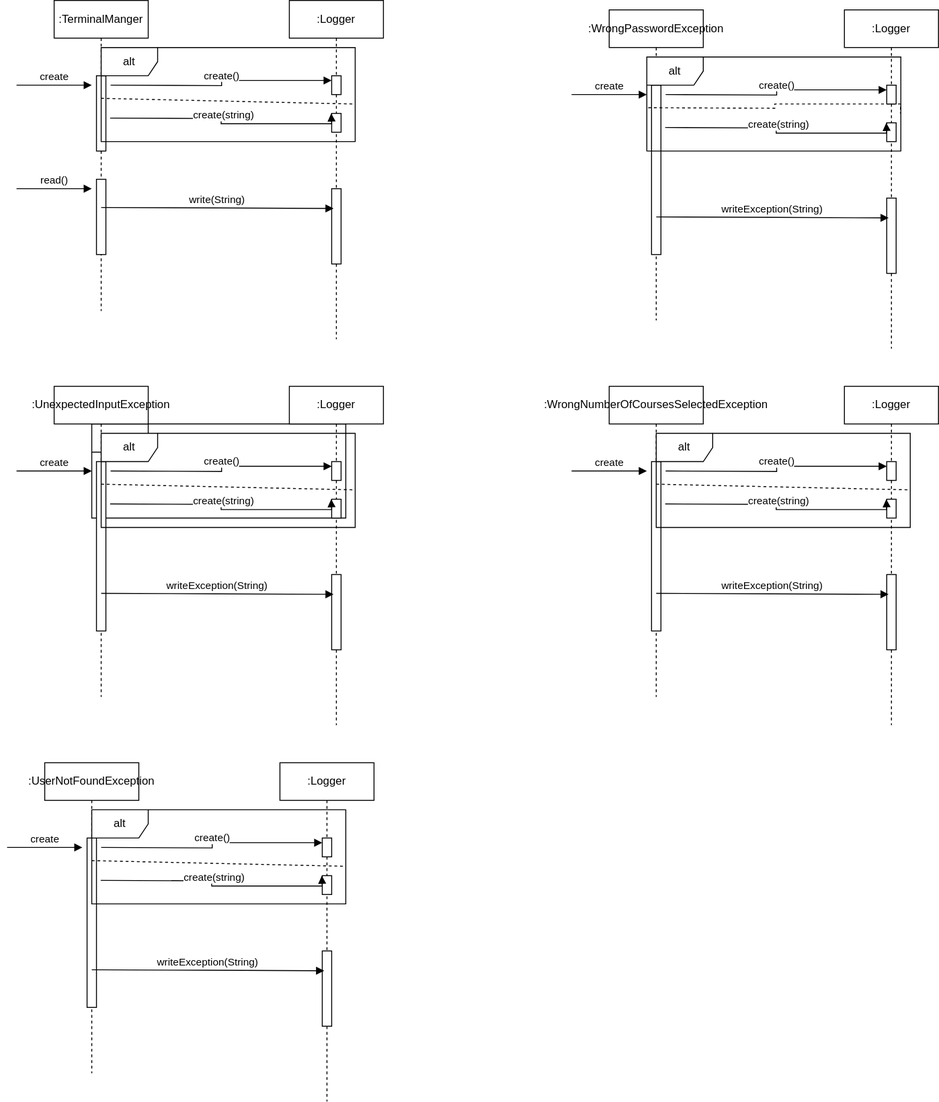
Above: Iteration2/documentation/software_design/DSD_Logger.svg in Atlioglu/CSE3063GRP12 (draw.io), before the change. Source tidied: cells renumbered, new cells last; positions are measured from the earlier drawing's top-left corner, leaving out a move shared by most shapes.
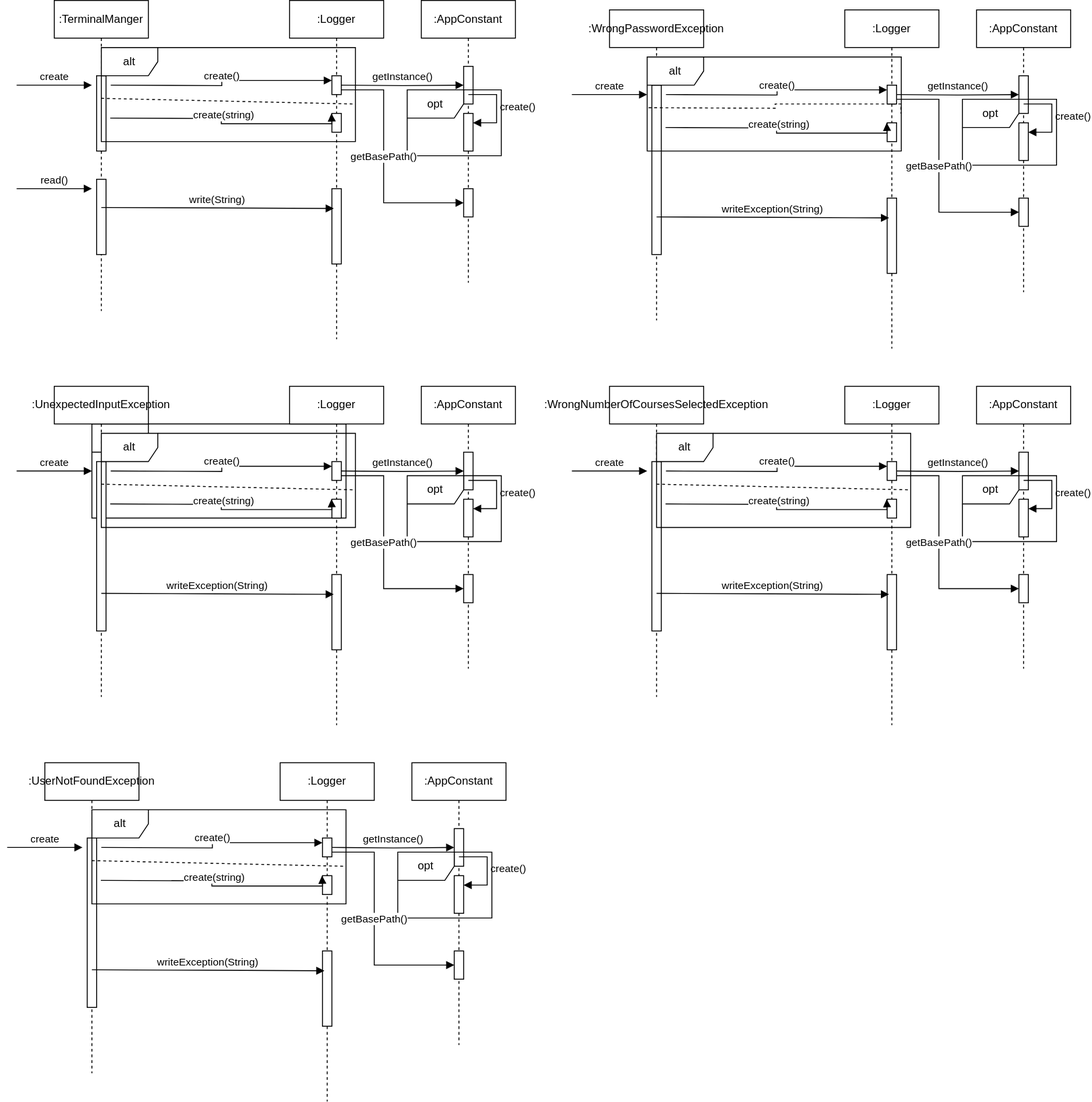
After the change.

Commit message:
Logger and related documents updated

Diff of the diagram source:
```diff
@@ -247,5 +247,189 @@
         <mxPoint x="949.5" y="120" as="targetPoint" />
       </mxGeometry>
     </mxCell>
+    <mxCell id="65" value=":AppConstant" style="shape=umlLifeline;perimeter=lifelinePerimeter;whiteSpace=wrap;html=1;newEdgeStyle={&quot;curved&quot;:0,&quot;rounded&quot;:0};" parent="1" vertex="1">
+      <mxGeometry x="440" width="100" height="300" as="geometry" />
+    </mxCell>
+    <mxCell id="66" style="html=1;points=[[0,0,0,0,5],[0,1,0,0,-5],[1,0,0,0,5],[1,1,0,0,-5]];perimeter=orthogonalPerimeter;outlineConnect=0;targetShapes=umlLifeline;portConstraint=eastwest;newEdgeStyle={&quot;curved&quot;:0,&quot;rounded&quot;:0};" parent="65" vertex="1">
+      <mxGeometry x="45" y="70" width="10" height="40" as="geometry" />
+    </mxCell>
+    <mxCell id="67" style="html=1;points=[[0,0,0,0,5],[0,1,0,0,-5],[1,0,0,0,5],[1,1,0,0,-5]];perimeter=orthogonalPerimeter;outlineConnect=0;targetShapes=umlLifeline;portConstraint=eastwest;newEdgeStyle={&quot;curved&quot;:0,&quot;rounded&quot;:0};" parent="65" vertex="1">
+      <mxGeometry x="45" y="120" width="10" height="40" as="geometry" />
+    </mxCell>
+    <mxCell id="68" value="create()" style="html=1;align=left;spacingLeft=2;endArrow=block;rounded=0;edgeStyle=orthogonalEdgeStyle;curved=0;rounded=0;" parent="65" edge="1" target="67">
+      <mxGeometry relative="1" as="geometry">
+        <mxPoint x="50" y="100" as="sourcePoint" />
+        <Array as="points">
+          <mxPoint x="80" y="130" />
+        </Array>
+      </mxGeometry>
+    </mxCell>
+    <mxCell id="69" style="html=1;points=[[0,0,0,0,5],[0,1,0,0,-5],[1,0,0,0,5],[1,1,0,0,-5]];perimeter=orthogonalPerimeter;outlineConnect=0;targetShapes=umlLifeline;portConstraint=eastwest;newEdgeStyle={&quot;curved&quot;:0,&quot;rounded&quot;:0};" parent="65" vertex="1">
+      <mxGeometry x="45" y="200" width="10" height="30" as="geometry" />
+    </mxCell>
+    <mxCell id="70" value="getInstance()" style="html=1;verticalAlign=bottom;endArrow=block;curved=0;rounded=0;edgeStyle=orthogonalEdgeStyle;" parent="1" edge="1" target="66">
+      <mxGeometry relative="1" as="geometry">
+        <mxPoint x="355" y="90" as="sourcePoint" />
+      </mxGeometry>
+    </mxCell>
+    <mxCell id="71" value="opt" style="shape=umlFrame;whiteSpace=wrap;html=1;" parent="1" vertex="1">
+      <mxGeometry x="425" y="95" width="100" height="70" as="geometry" />
+    </mxCell>
+    <mxCell id="72" value="getBasePath()" style="html=1;verticalAlign=bottom;endArrow=block;curved=0;rounded=0;edgeStyle=orthogonalEdgeStyle;exitX=1;exitY=1;exitDx=0;exitDy=-5;exitPerimeter=0;" parent="1" edge="1" source="3" target="69">
+      <mxGeometry relative="1" as="geometry">
+        <Array as="points">
+          <mxPoint x="400" y="95" />
+          <mxPoint x="400" y="215" />
+        </Array>
+      </mxGeometry>
+    </mxCell>
+    <mxCell id="73" value=":AppConstant" style="shape=umlLifeline;perimeter=lifelinePerimeter;whiteSpace=wrap;html=1;newEdgeStyle={&quot;curved&quot;:0,&quot;rounded&quot;:0};" parent="1" vertex="1">
+      <mxGeometry x="1030" y="10" width="100" height="300" as="geometry" />
+    </mxCell>
+    <mxCell id="74" style="html=1;points=[[0,0,0,0,5],[0,1,0,0,-5],[1,0,0,0,5],[1,1,0,0,-5]];perimeter=orthogonalPerimeter;outlineConnect=0;targetShapes=umlLifeline;portConstraint=eastwest;newEdgeStyle={&quot;curved&quot;:0,&quot;rounded&quot;:0};" parent="73" vertex="1">
+      <mxGeometry x="45" y="70" width="10" height="40" as="geometry" />
+    </mxCell>
+    <mxCell id="75" style="html=1;points=[[0,0,0,0,5],[0,1,0,0,-5],[1,0,0,0,5],[1,1,0,0,-5]];perimeter=orthogonalPerimeter;outlineConnect=0;targetShapes=umlLifeline;portConstraint=eastwest;newEdgeStyle={&quot;curved&quot;:0,&quot;rounded&quot;:0};" parent="73" vertex="1">
+      <mxGeometry x="45" y="120" width="10" height="40" as="geometry" />
+    </mxCell>
+    <mxCell id="76" value="create()" style="html=1;align=left;spacingLeft=2;endArrow=block;rounded=0;edgeStyle=orthogonalEdgeStyle;curved=0;rounded=0;" parent="73" edge="1" target="75">
+      <mxGeometry relative="1" as="geometry">
+        <mxPoint x="50" y="100" as="sourcePoint" />
+        <Array as="points">
+          <mxPoint x="80" y="130" />
+        </Array>
+      </mxGeometry>
+    </mxCell>
+    <mxCell id="77" style="html=1;points=[[0,0,0,0,5],[0,1,0,0,-5],[1,0,0,0,5],[1,1,0,0,-5]];perimeter=orthogonalPerimeter;outlineConnect=0;targetShapes=umlLifeline;portConstraint=eastwest;newEdgeStyle={&quot;curved&quot;:0,&quot;rounded&quot;:0};" parent="73" vertex="1">
+      <mxGeometry x="45" y="200" width="10" height="30" as="geometry" />
+    </mxCell>
+    <mxCell id="78" value="getInstance()" style="html=1;verticalAlign=bottom;endArrow=block;curved=0;rounded=0;edgeStyle=orthogonalEdgeStyle;" parent="1" edge="1" target="74">
+      <mxGeometry relative="1" as="geometry">
+        <mxPoint x="945" y="100" as="sourcePoint" />
+      </mxGeometry>
+    </mxCell>
+    <mxCell id="79" value="opt" style="shape=umlFrame;whiteSpace=wrap;html=1;" parent="1" vertex="1">
+      <mxGeometry x="1015" y="105" width="100" height="70" as="geometry" />
+    </mxCell>
+    <mxCell id="80" value="getBasePath()" style="html=1;verticalAlign=bottom;endArrow=block;curved=0;rounded=0;edgeStyle=orthogonalEdgeStyle;exitX=1;exitY=1;exitDx=0;exitDy=-5;exitPerimeter=0;" parent="1" edge="1" target="77">
+      <mxGeometry relative="1" as="geometry">
+        <mxPoint x="945" y="105" as="sourcePoint" />
+        <Array as="points">
+          <mxPoint x="990" y="105" />
+          <mxPoint x="990" y="225" />
+        </Array>
+      </mxGeometry>
+    </mxCell>
+    <mxCell id="81" value=":AppConstant" style="shape=umlLifeline;perimeter=lifelinePerimeter;whiteSpace=wrap;html=1;newEdgeStyle={&quot;curved&quot;:0,&quot;rounded&quot;:0};" parent="1" vertex="1">
+      <mxGeometry x="440" y="410" width="100" height="300" as="geometry" />
+    </mxCell>
+    <mxCell id="82" style="html=1;points=[[0,0,0,0,5],[0,1,0,0,-5],[1,0,0,0,5],[1,1,0,0,-5]];perimeter=orthogonalPerimeter;outlineConnect=0;targetShapes=umlLifeline;portConstraint=eastwest;newEdgeStyle={&quot;curved&quot;:0,&quot;rounded&quot;:0};" parent="81" vertex="1">
+      <mxGeometry x="45" y="70" width="10" height="40" as="geometry" />
+    </mxCell>
+    <mxCell id="83" style="html=1;points=[[0,0,0,0,5],[0,1,0,0,-5],[1,0,0,0,5],[1,1,0,0,-5]];perimeter=orthogonalPerimeter;outlineConnect=0;targetShapes=umlLifeline;portConstraint=eastwest;newEdgeStyle={&quot;curved&quot;:0,&quot;rounded&quot;:0};" parent="81" vertex="1">
+      <mxGeometry x="45" y="120" width="10" height="40" as="geometry" />
+    </mxCell>
+    <mxCell id="84" value="create()" style="html=1;align=left;spacingLeft=2;endArrow=block;rounded=0;edgeStyle=orthogonalEdgeStyle;curved=0;rounded=0;" parent="81" edge="1" target="83">
+      <mxGeometry relative="1" as="geometry">
+        <mxPoint x="50" y="100" as="sourcePoint" />
+        <Array as="points">
+          <mxPoint x="80" y="130" />
+        </Array>
+      </mxGeometry>
+    </mxCell>
+    <mxCell id="85" style="html=1;points=[[0,0,0,0,5],[0,1,0,0,-5],[1,0,0,0,5],[1,1,0,0,-5]];perimeter=orthogonalPerimeter;outlineConnect=0;targetShapes=umlLifeline;portConstraint=eastwest;newEdgeStyle={&quot;curved&quot;:0,&quot;rounded&quot;:0};" parent="81" vertex="1">
+      <mxGeometry x="45" y="200" width="10" height="30" as="geometry" />
+    </mxCell>
+    <mxCell id="86" value="getInstance()" style="html=1;verticalAlign=bottom;endArrow=block;curved=0;rounded=0;edgeStyle=orthogonalEdgeStyle;" parent="1" edge="1" target="82">
+      <mxGeometry relative="1" as="geometry">
+        <mxPoint x="355" y="500" as="sourcePoint" />
+      </mxGeometry>
+    </mxCell>
+    <mxCell id="87" value="opt" style="shape=umlFrame;whiteSpace=wrap;html=1;" parent="1" vertex="1">
+      <mxGeometry x="425" y="505" width="100" height="70" as="geometry" />
+    </mxCell>
+    <mxCell id="88" value="getBasePath()" style="html=1;verticalAlign=bottom;endArrow=block;curved=0;rounded=0;edgeStyle=orthogonalEdgeStyle;exitX=1;exitY=1;exitDx=0;exitDy=-5;exitPerimeter=0;" parent="1" edge="1" target="85">
+      <mxGeometry relative="1" as="geometry">
+        <mxPoint x="355" y="505" as="sourcePoint" />
+        <Array as="points">
+          <mxPoint x="400" y="505" />
+          <mxPoint x="400" y="625" />
+        </Array>
+      </mxGeometry>
+    </mxCell>
+    <mxCell id="89" value=":AppConstant" style="shape=umlLifeline;perimeter=lifelinePerimeter;whiteSpace=wrap;html=1;newEdgeStyle={&quot;curved&quot;:0,&quot;rounded&quot;:0};" parent="1" vertex="1">
+      <mxGeometry x="1030" y="410" width="100" height="300" as="geometry" />
+    </mxCell>
+    <mxCell id="90" style="html=1;points=[[0,0,0,0,5],[0,1,0,0,-5],[1,0,0,0,5],[1,1,0,0,-5]];perimeter=orthogonalPerimeter;outlineConnect=0;targetShapes=umlLifeline;portConstraint=eastwest;newEdgeStyle={&quot;curved&quot;:0,&quot;rounded&quot;:0};" parent="89" vertex="1">
+      <mxGeometry x="45" y="70" width="10" height="40" as="geometry" />
+    </mxCell>
+    <mxCell id="91" style="html=1;points=[[0,0,0,0,5],[0,1,0,0,-5],[1,0,0,0,5],[1,1,0,0,-5]];perimeter=orthogonalPerimeter;outlineConnect=0;targetShapes=umlLifeline;portConstraint=eastwest;newEdgeStyle={&quot;curved&quot;:0,&quot;rounded&quot;:0};" parent="89" vertex="1">
+      <mxGeometry x="45" y="120" width="10" height="40" as="geometry" />
+    </mxCell>
+    <mxCell id="92" value="create()" style="html=1;align=left;spacingLeft=2;endArrow=block;rounded=0;edgeStyle=orthogonalEdgeStyle;curved=0;rounded=0;" parent="89" edge="1" target="91">
+      <mxGeometry relative="1" as="geometry">
+        <mxPoint x="50" y="100" as="sourcePoint" />
+        <Array as="points">
+          <mxPoint x="80" y="130" />
+        </Array>
+      </mxGeometry>
+    </mxCell>
+    <mxCell id="93" style="html=1;points=[[0,0,0,0,5],[0,1,0,0,-5],[1,0,0,0,5],[1,1,0,0,-5]];perimeter=orthogonalPerimeter;outlineConnect=0;targetShapes=umlLifeline;portConstraint=eastwest;newEdgeStyle={&quot;curved&quot;:0,&quot;rounded&quot;:0};" parent="89" vertex="1">
+      <mxGeometry x="45" y="200" width="10" height="30" as="geometry" />
+    </mxCell>
+    <mxCell id="94" value="getInstance()" style="html=1;verticalAlign=bottom;endArrow=block;curved=0;rounded=0;edgeStyle=orthogonalEdgeStyle;" parent="1" edge="1" target="90">
+      <mxGeometry relative="1" as="geometry">
+        <mxPoint x="945" y="500" as="sourcePoint" />
+      </mxGeometry>
+    </mxCell>
+    <mxCell id="95" value="opt" style="shape=umlFrame;whiteSpace=wrap;html=1;" parent="1" vertex="1">
+      <mxGeometry x="1015" y="505" width="100" height="70" as="geometry" />
+    </mxCell>
+    <mxCell id="96" value="getBasePath()" style="html=1;verticalAlign=bottom;endArrow=block;curved=0;rounded=0;edgeStyle=orthogonalEdgeStyle;exitX=1;exitY=1;exitDx=0;exitDy=-5;exitPerimeter=0;" parent="1" edge="1" target="93">
+      <mxGeometry relative="1" as="geometry">
+        <mxPoint x="945" y="505" as="sourcePoint" />
+        <Array as="points">
+          <mxPoint x="990" y="505" />
+          <mxPoint x="990" y="625" />
+        </Array>
+      </mxGeometry>
+    </mxCell>
+    <mxCell id="97" value=":AppConstant" style="shape=umlLifeline;perimeter=lifelinePerimeter;whiteSpace=wrap;html=1;newEdgeStyle={&quot;curved&quot;:0,&quot;rounded&quot;:0};" parent="1" vertex="1">
+      <mxGeometry x="430" y="810" width="100" height="300" as="geometry" />
+    </mxCell>
+    <mxCell id="98" style="html=1;points=[[0,0,0,0,5],[0,1,0,0,-5],[1,0,0,0,5],[1,1,0,0,-5]];perimeter=orthogonalPerimeter;outlineConnect=0;targetShapes=umlLifeline;portConstraint=eastwest;newEdgeStyle={&quot;curved&quot;:0,&quot;rounded&quot;:0};" parent="97" vertex="1">
+      <mxGeometry x="45" y="70" width="10" height="40" as="geometry" />
+    </mxCell>
+    <mxCell id="99" style="html=1;points=[[0,0,0,0,5],[0,1,0,0,-5],[1,0,0,0,5],[1,1,0,0,-5]];perimeter=orthogonalPerimeter;outlineConnect=0;targetShapes=umlLifeline;portConstraint=eastwest;newEdgeStyle={&quot;curved&quot;:0,&quot;rounded&quot;:0};" parent="97" vertex="1">
+      <mxGeometry x="45" y="120" width="10" height="40" as="geometry" />
+    </mxCell>
+    <mxCell id="100" value="create()" style="html=1;align=left;spacingLeft=2;endArrow=block;rounded=0;edgeStyle=orthogonalEdgeStyle;curved=0;rounded=0;" parent="97" edge="1" target="99">
+      <mxGeometry relative="1" as="geometry">
+        <mxPoint x="50" y="100" as="sourcePoint" />
+        <Array as="points">
+          <mxPoint x="80" y="130" />
+        </Array>
+      </mxGeometry>
+    </mxCell>
+    <mxCell id="101" style="html=1;points=[[0,0,0,0,5],[0,1,0,0,-5],[1,0,0,0,5],[1,1,0,0,-5]];perimeter=orthogonalPerimeter;outlineConnect=0;targetShapes=umlLifeline;portConstraint=eastwest;newEdgeStyle={&quot;curved&quot;:0,&quot;rounded&quot;:0};" parent="97" vertex="1">
+      <mxGeometry x="45" y="200" width="10" height="30" as="geometry" />
+    </mxCell>
+    <mxCell id="102" value="getInstance()" style="html=1;verticalAlign=bottom;endArrow=block;curved=0;rounded=0;edgeStyle=orthogonalEdgeStyle;" parent="1" edge="1" target="98">
+      <mxGeometry relative="1" as="geometry">
+        <mxPoint x="345" y="900" as="sourcePoint" />
+      </mxGeometry>
+    </mxCell>
+    <mxCell id="103" value="opt" style="shape=umlFrame;whiteSpace=wrap;html=1;" parent="1" vertex="1">
+      <mxGeometry x="415" y="905" width="100" height="70" as="geometry" />
+    </mxCell>
+    <mxCell id="104" value="getBasePath()" style="html=1;verticalAlign=bottom;endArrow=block;curved=0;rounded=0;edgeStyle=orthogonalEdgeStyle;exitX=1;exitY=1;exitDx=0;exitDy=-5;exitPerimeter=0;" parent="1" edge="1" target="101">
+      <mxGeometry relative="1" as="geometry">
+        <mxPoint x="345" y="905" as="sourcePoint" />
+        <Array as="points">
+          <mxPoint x="390" y="905" />
+          <mxPoint x="390" y="1025" />
+        </Array>
+      </mxGeometry>
+    </mxCell>
   </root>
 </mxGraphModel>
```
